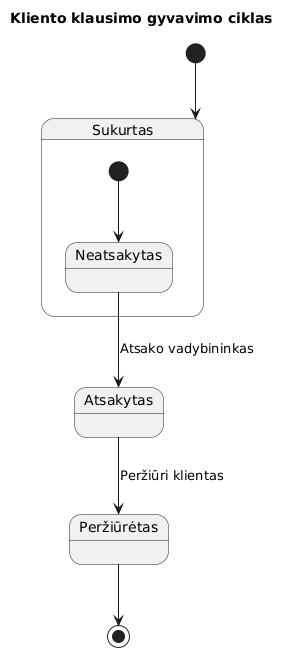
This is docs/Programų sistemų architektūra ir projektavimas_lab2/information_view_state_diagram_klausimas.png from aliusa/vu_psa, a PlantUML export, as it was before one commit. Its diagram source:
```plantuml
@startuml
title Kliento klausimo gyvavimo ciklas

[*] --> Sukurtas

state Sukurtas {
    [*] --> Neatsakytas
}

Neatsakytas --> Atsakytas : Atsako vadybininkas
Atsakytas --> Peržiūrėtas : Peržiūri klientas

Peržiūrėtas --> [*]
@enduml
```
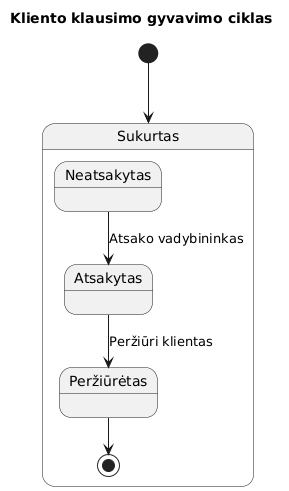
Later version of the same file.

Change to the diagram source:
```diff
@@ -4,11 +4,8 @@
 [*] --> Sukurtas
 
 state Sukurtas {
-    [*] --> Neatsakytas
+  Neatsakytas --> Atsakytas   : Atsako vadybininkas
+  Atsakytas   --> Peržiūrėtas : Peržiūri klientas
+  Peržiūrėtas --> [*]
 }
-
-Neatsakytas --> Atsakytas : Atsako vadybininkas
-Atsakytas --> Peržiūrėtas : Peržiūri klientas
-
-Peržiūrėtas --> [*]
 @enduml
```
